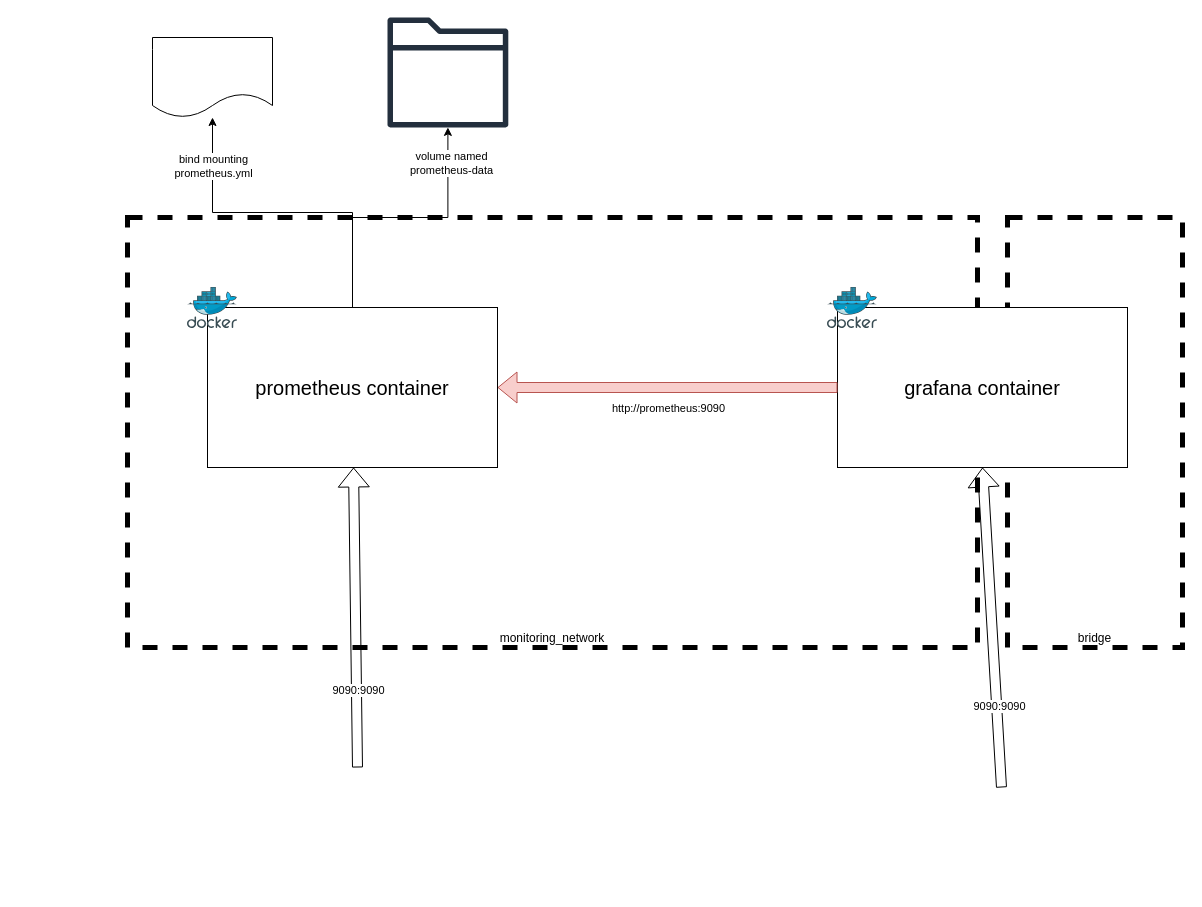
argonaultes-education/hexagone-3b-3INSI-2026 keeps this draw.io diagram as page "monitoring-grafana-pg" (12 of 12) of planning.drawio. Above is the earlier version. Source tidied: cells renumbered, new cells numbered last; positions are measured from the earlier drawing's top-left corner, leaving out a move shared by most shapes. Both pictures are drawn from the tidied source at 100%, with x=0, y=0 at pixel (127, 17).
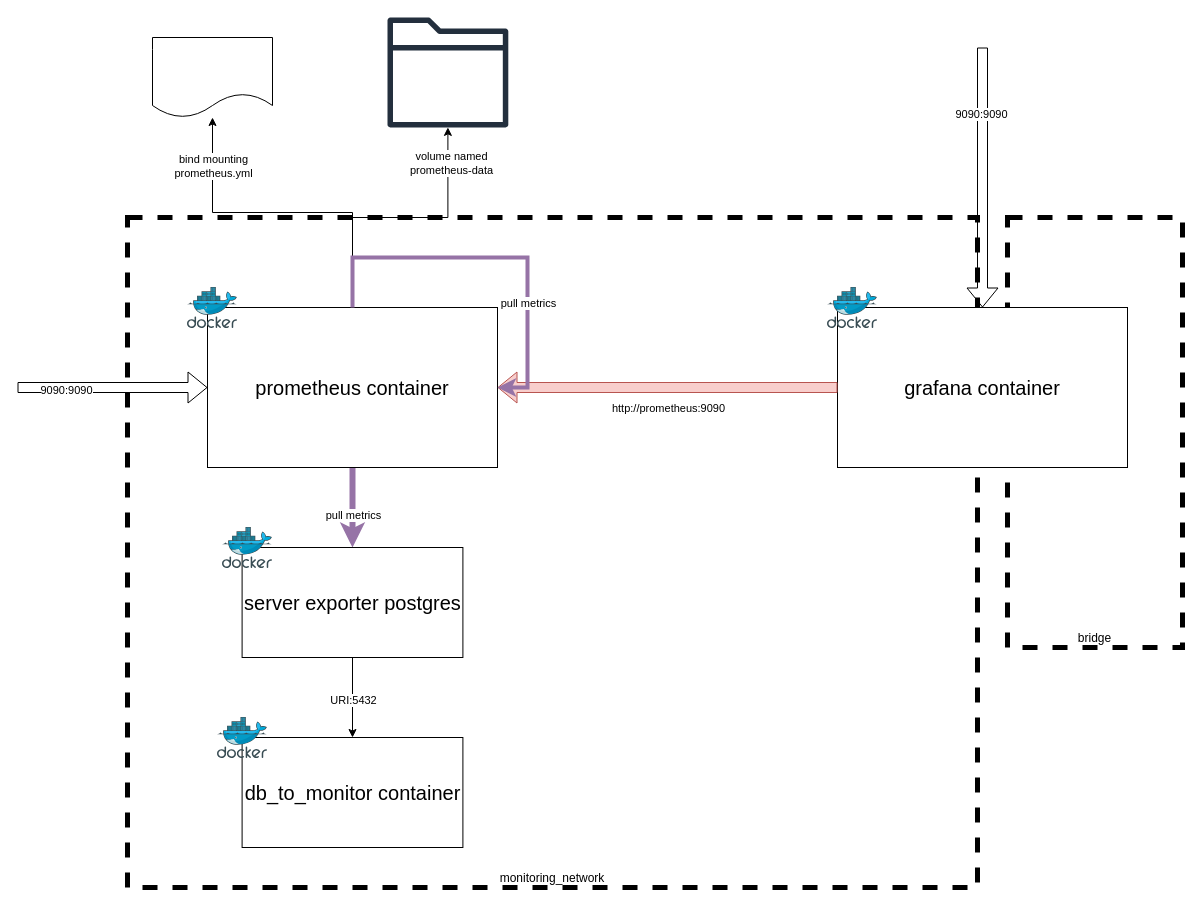
After the change.

Commit message (it also covers changes not shown here):
schema postgres exporter

The change refers to these unchanged cells:
```xml
<mxCell id="8" value="prometheus container" style="rounded=0;whiteSpace=wrap;html=1;fontSize=20;" parent="1" vertex="1">
  <mxGeometry x="80" y="290" width="290" height="160" as="geometry" />
</mxCell>
<mxCell id="12" value="grafana container" style="rounded=0;whiteSpace=wrap;html=1;fontSize=20;" parent="1" vertex="1">
  <mxGeometry x="710" y="290" width="290" height="160" as="geometry" />
</mxCell>
```

Change to the diagram source:
```diff
@@
     <mxCell id="3" value="monitoring_network" style="rounded=0;whiteSpace=wrap;html=1;fillColor=none;dashed=1;strokeWidth=5;verticalAlign=bottom;" parent="1" vertex="1">
-      <mxGeometry y="200" width="850" height="430" as="geometry" />
+      <mxGeometry y="200" width="850" height="670" as="geometry" />
     </mxCell>
@@
+    <mxCell id="20" style="edgeStyle=orthogonalEdgeStyle;rounded=0;jettySize=auto;html=1;fillColor=#e1d5e7;strokeColor=#9673a6;strokeWidth=6;" parent="1" edge="1" source="8" target="28">
+      <mxGeometry relative="1" as="geometry" />
+    </mxCell>
+    <mxCell id="21" value="pull metrics" style="edgeLabel;html=1;align=center;verticalAlign=middle;" parent="20" vertex="1">
+      <mxGeometry x="0.17" relative="1" as="geometry" />
+    </mxCell>
@@
     <mxCell id="14" style="shape=flexArrow;endArrow=classic;html=1;rounded=0;" parent="1" edge="1" target="8">
       <mxGeometry relative="1" as="geometry">
-        <mxPoint x="230" y="750" as="sourcePoint" />
+        <mxPoint x="-110" y="370" as="sourcePoint" />
       </mxGeometry>
     </mxCell>
@@
-    <mxCell id="16" style="shape=flexArrow;endArrow=classic;html=1;rounded=0;entryX=0.5;entryY=1;entryDx=0;entryDy=0;" parent="1" edge="1" target="12">
+    <mxCell id="16" style="shape=flexArrow;endArrow=classic;html=1;rounded=0;" parent="1" edge="1" target="12">
       <mxGeometry relative="1" as="geometry">
-        <mxPoint x="874" y="770" as="sourcePoint" />
+        <mxPoint x="855" y="30" as="sourcePoint" />
       </mxGeometry>
     </mxCell>
@@
+    <mxCell id="22" value="db_to_monitor container" style="rounded=0;whiteSpace=wrap;html=1;fontSize=20;" parent="1" vertex="1">
+      <mxGeometry x="114.6" y="720" width="220.8" height="110" as="geometry" />
+    </mxCell>
+    <mxCell id="23" style="image;sketch=0;html=1;align=center;fontSize=12;image=img/lib/mscae/Docker.svg;" parent="1" vertex="1">
+      <mxGeometry x="90" y="700" width="50" height="41" as="geometry" />
+    </mxCell>
+    <mxCell id="24" style="edgeStyle=orthogonalEdgeStyle;rounded=0;orthogonalLoop=1;jettySize=auto;html=1;entryX=1;entryY=0.5;entryDx=0;entryDy=0;fillColor=#e1d5e7;strokeColor=#9673a6;strokeWidth=4;" parent="1" edge="1" source="8" target="8">
+      <mxGeometry relative="1" as="geometry">
+        <Array as="points">
+          <mxPoint x="225" y="240" />
+          <mxPoint x="400" y="240" />
+          <mxPoint x="400" y="370" />
+        </Array>
+      </mxGeometry>
+    </mxCell>
+    <mxCell id="25" value="pull metrics" style="edgeLabel;html=1;align=center;verticalAlign=middle;" parent="24" vertex="1">
+      <mxGeometry x="0.4" relative="1" as="geometry" />
+    </mxCell>
+    <mxCell id="26" style="edgeStyle=orthogonalEdgeStyle;rounded=0;jettySize=auto;html=1;" parent="1" edge="1" source="28" target="22">
+      <mxGeometry relative="1" as="geometry" />
+    </mxCell>
+    <mxCell id="27" value="URI:5432" style="edgeLabel;html=1;align=center;verticalAlign=middle;" parent="26" vertex="1">
+      <mxGeometry x="0.05" relative="1" as="geometry" />
+    </mxCell>
+    <mxCell id="28" value="server exporter postgres" style="rounded=0;whiteSpace=wrap;html=1;fontSize=20;" parent="1" vertex="1">
+      <mxGeometry x="114.6" y="530" width="220.8" height="110" as="geometry" />
+    </mxCell>
+    <mxCell id="29" style="image;sketch=0;html=1;align=center;fontSize=12;image=img/lib/mscae/Docker.svg;" parent="1" vertex="1">
+      <mxGeometry x="95" y="510" width="50" height="41" as="geometry" />
+    </mxCell>
```
